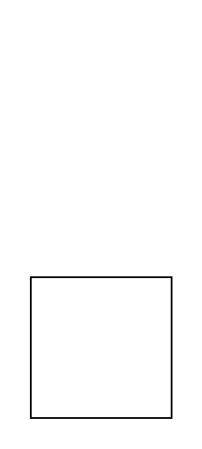
Above: microservice.drawio in shubham-yadavv/server (draw.io), before the change. Source tidied: cells renumbered, new cells numbered last; positions are measured from the earlier drawing's top-left corner, leaving out a move shared by most shapes. Both pictures are drawn from the tidied source at 176%, with x=0, y=0 at pixel (30, 276).
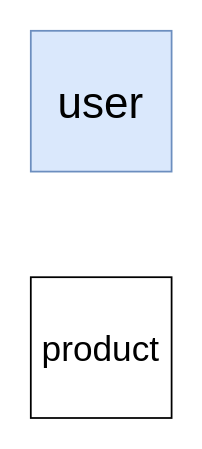
After the change.

Change to the diagram source:
```diff
@@
 <mxGraphModel>
   <root>
     <mxCell id="0" />
     <mxCell id="1" parent="0" />
-    <mxCell id="2" style="whiteSpace=wrap;html=1;" parent="1" vertex="1">
+    <mxCell id="2" value="&lt;font style=&quot;font-size: 20px;&quot;&gt;product&lt;/font&gt;" style="whiteSpace=wrap;html=1;" parent="1" vertex="1">
       <mxGeometry width="80" height="80" as="geometry" />
     </mxCell>
+    <mxCell id="3" value="&lt;font style=&quot;font-size: 25px;&quot;&gt;user&lt;/font&gt;" style="whiteSpace=wrap;html=1;fillColor=#dae8fc;strokeColor=#6c8ebf;" parent="1" vertex="1">
+      <mxGeometry y="-140" width="80" height="80" as="geometry" />
+    </mxCell>
   </root>
 </mxGraphModel>
```
